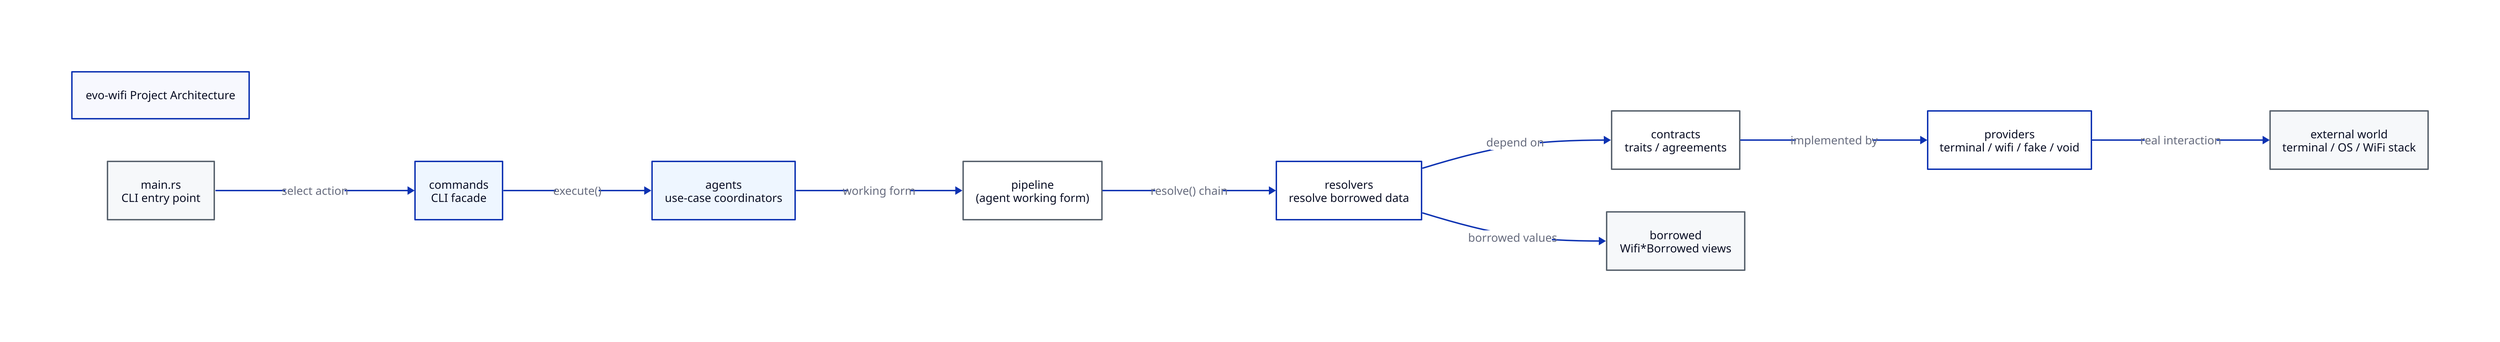
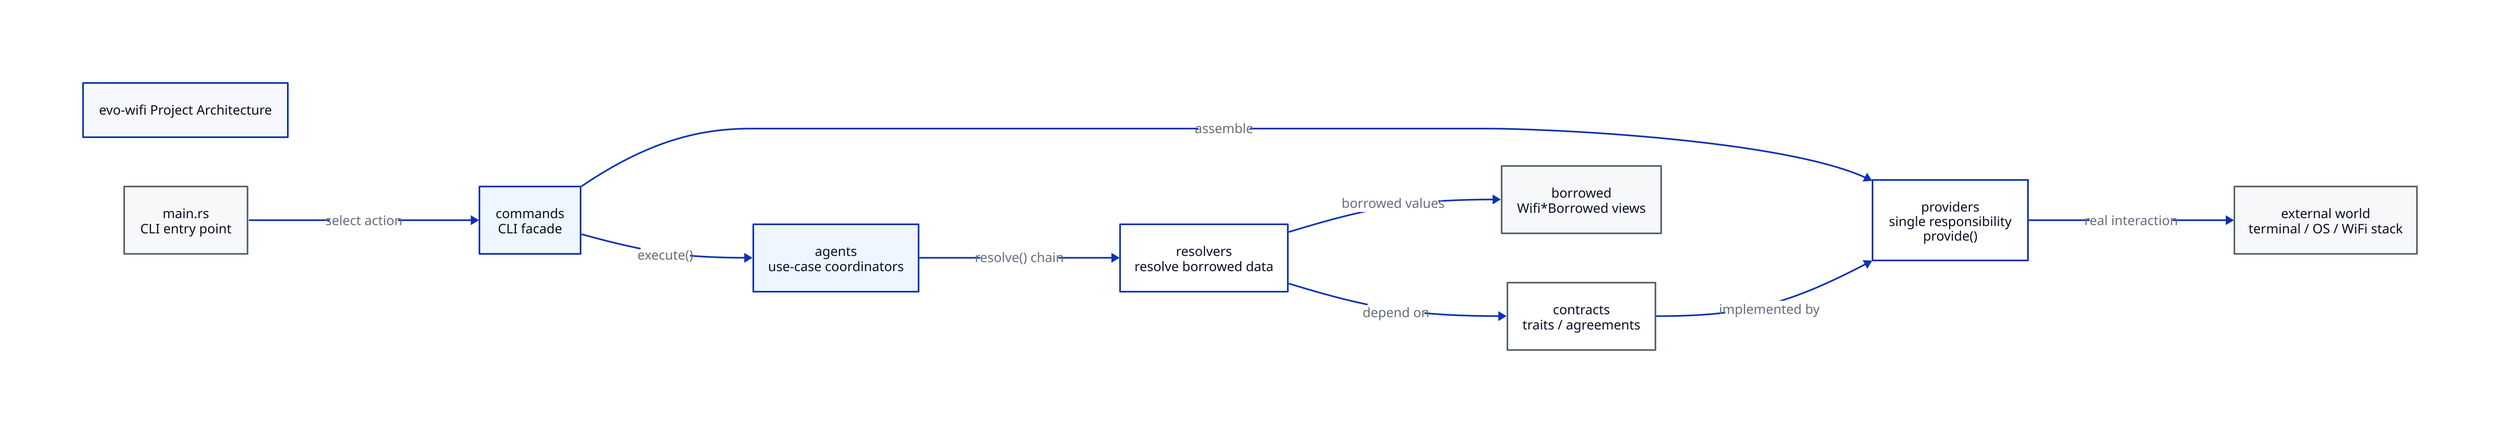
title: "evo-wifi Project Architecture"
direction: right

vars: {
  border: "#59636e"
  accent: "#0D32B2"
  soft: "#eef6ff"
  neutral: "#f6f8fa"
  white: "#ffffff"
}

main: {
  label: "main.rs\nCLI entry point"
  style.fill: ${neutral}
  style.stroke: ${border}
}

commands: {
  label: "commands\nCLI facade"
  style.fill: ${soft}
  style.stroke: ${accent}
}

agents: {
  label: "agents\nuse-case coordinators"
  style.fill: ${soft}
  style.stroke: ${accent}
}

- pipeline: {
-   label: "pipeline\n(agent working form)"
-   style.fill: ${white}
-   style.stroke: ${border}
- }
- 
resolvers: {
  label: "resolvers\nresolve borrowed data"
  style.fill: ${white}
  style.stroke: ${accent}
}

contracts: {
  label: "contracts\ntraits / agreements"
  style.fill: ${white}
  style.stroke: ${border}
}

providers: {
-   label: "providers\nterminal / wifi / fake / void"
+   label: "providers\nsingle responsibility\nprovide()"
  style.fill: ${white}
  style.stroke: ${accent}
}

borrowed: {
  label: "borrowed\nWifi*Borrowed views"
  style.fill: ${neutral}
  style.stroke: ${border}
}

external: {
  label: "external world\nterminal / OS / WiFi stack"
  style.fill: ${neutral}
  style.stroke: ${border}
}

main -> commands: "select action"
commands -> agents: "execute()"
- agents -> pipeline: "working form"
- pipeline -> resolvers: "resolve() chain"
+ commands -> providers: "assemble"
+ agents -> resolvers: "resolve() chain"
resolvers -> borrowed: "borrowed values"
resolvers -> contracts: "depend on"
contracts -> providers: "implemented by"
providers -> external: "real interaction"
